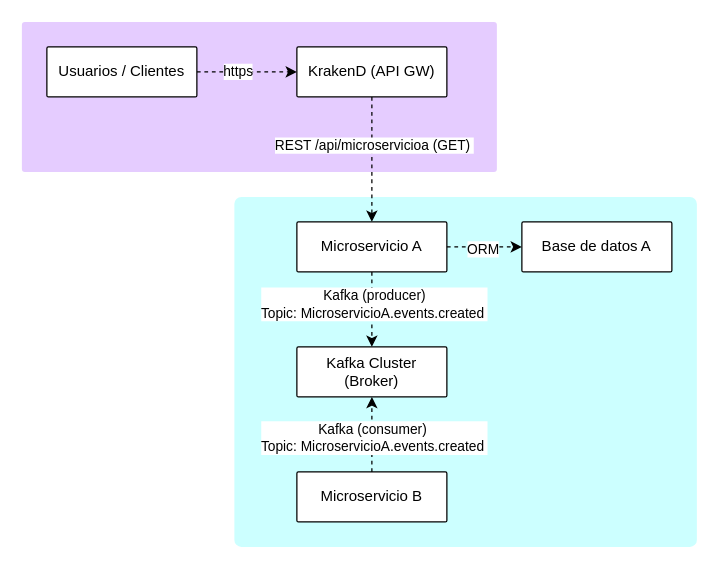
Earlier version of the draw.io diagram page "Interfaz" (6 of 6) of docs/designs/Logico.drawio (Schemify/schemify). Source tidied: cells renumbered, new cells numbered last; positions are measured from the earlier drawing's top-left corner, leaving out a move shared by most shapes. Both pictures are drawn from the tidied source at 125%, with x=0, y=0 at pixel (21, 21).
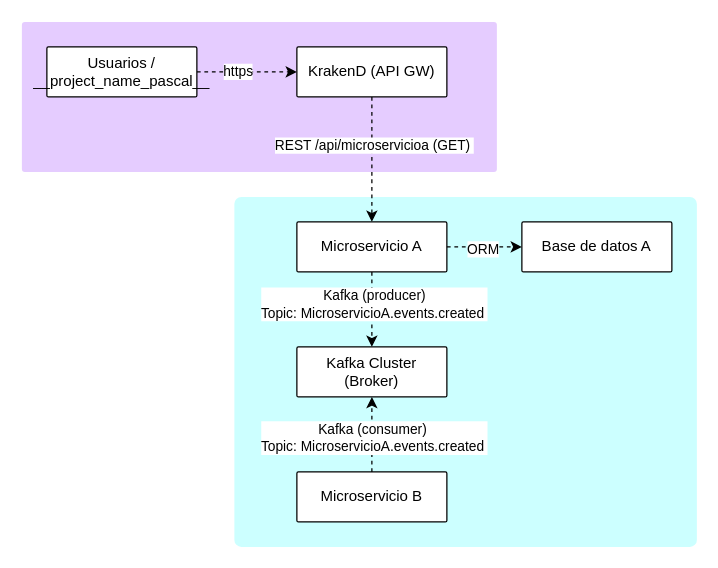
Above is the later version.

What changed in the source:
```diff
@@
 <mxGraphModel>
   <root>
     <mxCell id="0" />
     <mxCell id="1" parent="0" />
     <mxCell id="2" style="rounded=1;whiteSpace=wrap;html=1;strokeColor=none;fillColor=#E5CCFF;arcSize=2;" parent="1" vertex="1">
       <mxGeometry width="380" height="120" as="geometry" />
     </mxCell>
     <mxCell id="3" style="rounded=1;whiteSpace=wrap;html=1;strokeColor=none;fillColor=#CCFFFF;arcSize=2;" parent="1" vertex="1">
       <mxGeometry x="170" y="140" width="370" height="280" as="geometry" />
     </mxCell>
     <mxCell id="4" style="edgeStyle=orthogonalEdgeStyle;rounded=0;jettySize=auto;html=1;dashed=1;" parent="1" edge="1" source="6" target="9">
       <mxGeometry relative="1" as="geometry" />
     </mxCell>
     <mxCell id="5" value="https" style="edgeLabel;html=1;align=center;verticalAlign=middle;" parent="4" vertex="1">
       <mxGeometry x="-0.19" y="1" relative="1" as="geometry" />
     </mxCell>
-    <mxCell id="6" value="Usuarios / Clientes" style="rounded=1;whiteSpace=wrap;html=1;arcSize=3;" parent="1" vertex="1">
+    <mxCell id="6" value="Usuarios / __project_name_pascal__" style="rounded=1;whiteSpace=wrap;html=1;arcSize=3;" parent="1" vertex="1">
       <mxGeometry x="20" y="20" width="120" height="40" as="geometry" />
     </mxCell>
     <mxCell id="7" style="edgeStyle=orthogonalEdgeStyle;rounded=0;jettySize=auto;html=1;dashed=1;" parent="1" edge="1" source="9" target="12">
       <mxGeometry relative="1" as="geometry" />
     </mxCell>
     <mxCell id="8" value="REST /api/microservicioa (GET)&amp;nbsp;" style="edgeLabel;html=1;align=center;verticalAlign=middle;" parent="7" vertex="1">
       <mxGeometry x="-0.25" y="1" relative="1" as="geometry" />
     </mxCell>
     <mxCell id="9" value="KrakenD (API GW)" style="rounded=1;whiteSpace=wrap;html=1;arcSize=3;" parent="1" vertex="1">
       <mxGeometry x="220" y="20" width="120" height="40" as="geometry" />
     </mxCell>
     <mxCell id="10" style="edgeStyle=orthogonalEdgeStyle;rounded=0;jettySize=auto;html=1;dashed=1;" parent="1" edge="1" source="12" target="13">
       <mxGeometry relative="1" as="geometry" />
     </mxCell>
     <mxCell id="11" value="&amp;nbsp;Kafka (producer)&amp;nbsp;&lt;div&gt;Topic: MicroservicioA.events.created&amp;nbsp;&lt;/div&gt;" style="edgeLabel;html=1;align=center;verticalAlign=middle;" parent="10" vertex="1">
       <mxGeometry x="-0.18" y="1" relative="1" as="geometry" />
     </mxCell>
     <mxCell id="12" value="Microservicio A" style="rounded=1;whiteSpace=wrap;html=1;arcSize=3;" parent="1" vertex="1">
       <mxGeometry x="220" y="160" width="120" height="40" as="geometry" />
     </mxCell>
     <mxCell id="13" value="Kafka Cluster (Broker)" style="rounded=1;whiteSpace=wrap;html=1;arcSize=3;" parent="1" vertex="1">
       <mxGeometry x="220" y="260" width="120" height="40" as="geometry" />
     </mxCell>
     <mxCell id="14" style="edgeStyle=orthogonalEdgeStyle;rounded=0;jettySize=auto;html=1;dashed=1;" parent="1" edge="1" source="16" target="13">
       <mxGeometry relative="1" as="geometry" />
     </mxCell>
     <mxCell id="15" value="Kafka (consumer)&amp;nbsp;&lt;div&gt;Topic: MicroservicioA.events.created&amp;nbsp;&lt;/div&gt;" style="edgeLabel;html=1;align=center;verticalAlign=middle;" parent="14" vertex="1">
       <mxGeometry x="-0.08" y="-1" relative="1" as="geometry" />
     </mxCell>
     <mxCell id="16" value="Microservicio B" style="rounded=1;whiteSpace=wrap;html=1;arcSize=3;" parent="1" vertex="1">
       <mxGeometry x="220" y="360" width="120" height="40" as="geometry" />
     </mxCell>
     <mxCell id="17" value="Base de datos A" style="rounded=1;whiteSpace=wrap;html=1;arcSize=3;" parent="1" vertex="1">
       <mxGeometry x="400" y="160" width="120" height="40" as="geometry" />
     </mxCell>
     <mxCell id="18" style="edgeStyle=orthogonalEdgeStyle;rounded=0;jettySize=auto;html=1;dashed=1;" parent="1" edge="1" source="12" target="17">
       <mxGeometry relative="1" as="geometry" />
     </mxCell>
     <mxCell id="19" value="ORM" style="edgeLabel;html=1;align=center;verticalAlign=middle;" parent="18" vertex="1">
       <mxGeometry x="-0.08" y="-1" relative="1" as="geometry" />
     </mxCell>
   </root>
 </mxGraphModel>
```
